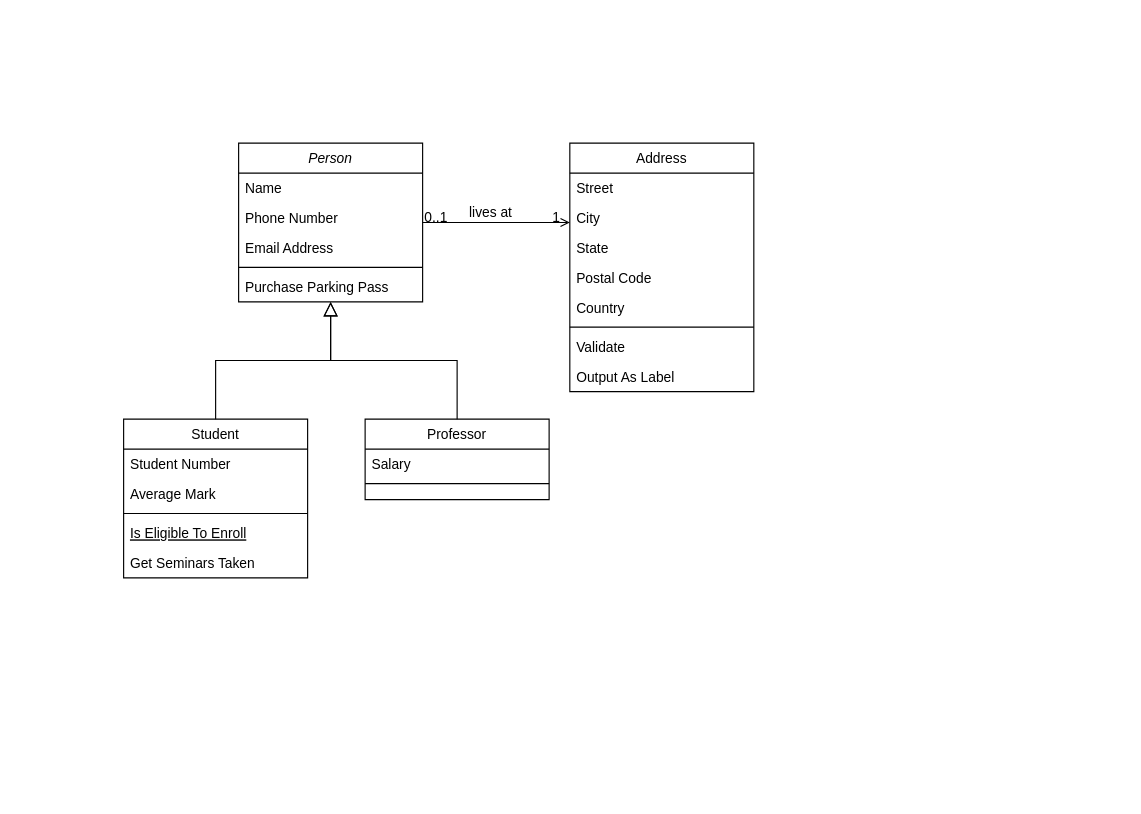
Before: Schema Interface SIRH.drawio in YLIUSBI/Motul-Interface-SIRH, a draw.io diagram. Source tidied: cells renumbered, new cells numbered last; positions are measured from the earlier drawing's top-left corner, leaving out a move shared by most shapes. Both pictures are drawn from the tidied source at 115%, with x=0, y=0 at pixel (123, 143).
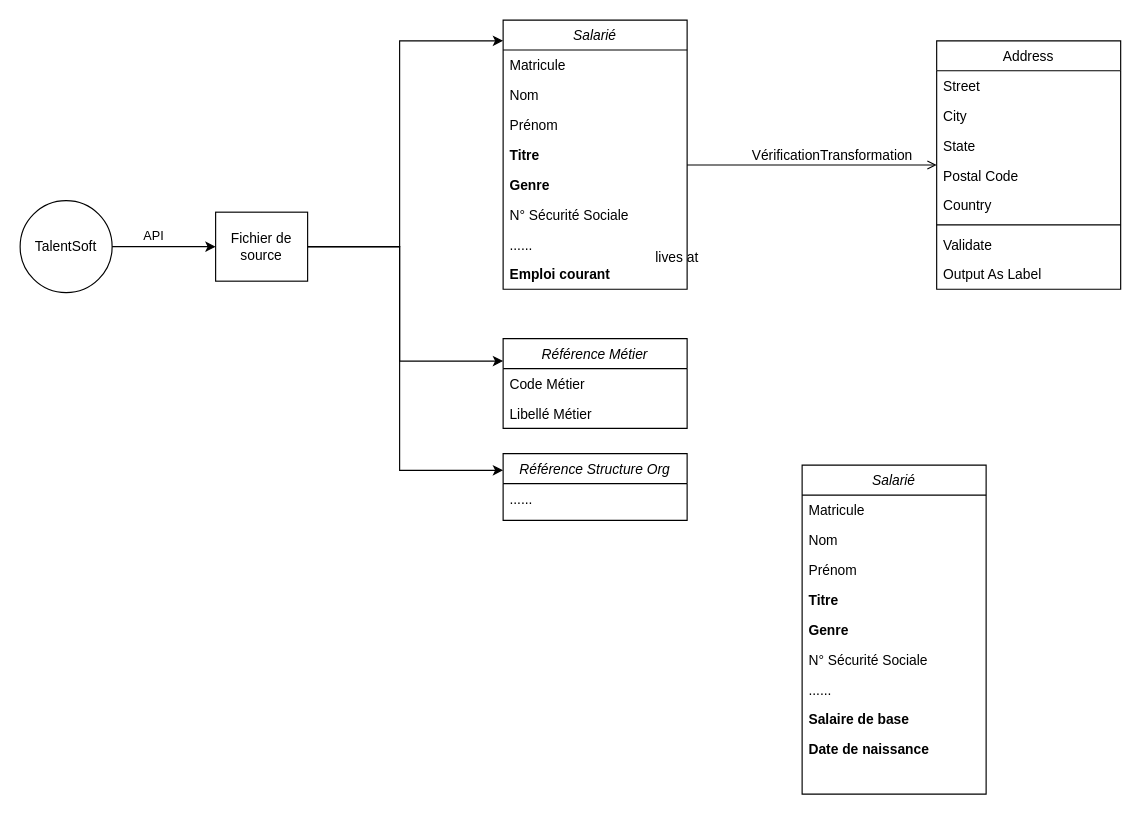
Above is the later version.

Commit message (it also covers changes not shown here):
Mettre à jour Schema Interface SIRH.drawio

Unchanged cells that the change refers to:
```xml
<mxCell id="28" style="endArrow=open;shadow=0;strokeWidth=1;rounded=0;curved=0;endFill=1;edgeStyle=elbowEdgeStyle;elbow=vertical;" parent="1" edge="1" source="2" target="19">
  <mxGeometry x="0.5" y="41" relative="1" as="geometry">
    <mxPoint x="-40" y="32" as="offset" />
  </mxGeometry>
</mxCell>
```

What changed in the source:
```diff
@@
-    <mxCell id="2" value="Person" style="swimlane;fontStyle=2;align=center;verticalAlign=top;horizontal=1;startSize=26;rounded=0;shadow=0;strokeWidth=1;" parent="1" vertex="1">
-      <mxGeometry x="100" width="160" height="138" as="geometry" />
+    <mxCell id="2" value="Salarié" style="swimlane;fontStyle=2;align=center;verticalAlign=top;horizontal=1;startSize=26;rounded=0;shadow=0;strokeWidth=1;" parent="1" vertex="1">
+      <mxGeometry x="330" y="-107" width="160" height="234" as="geometry" />
     </mxCell>
-    <mxCell id="3" value="Name" style="text;align=left;verticalAlign=top;spacingLeft=4;spacingRight=4;overflow=hidden;" parent="2" vertex="1">
+    <mxCell id="3" value="Matricule" style="text;align=left;verticalAlign=top;spacingLeft=4;spacingRight=4;overflow=hidden;" parent="2" vertex="1">
       <mxGeometry y="26" width="160" height="26" as="geometry" />
     </mxCell>
-    <mxCell id="4" value="Phone Number" style="text;align=left;verticalAlign=top;spacingLeft=4;spacingRight=4;overflow=hidden;rounded=0;shadow=0;html=0;" parent="2" vertex="1">
+    <mxCell id="4" value="Nom" style="text;align=left;verticalAlign=top;spacingLeft=4;spacingRight=4;overflow=hidden;rounded=0;shadow=0;html=0;" parent="2" vertex="1">
       <mxGeometry y="52" width="160" height="26" as="geometry" />
     </mxCell>
-    <mxCell id="5" value="Email Address" style="text;align=left;verticalAlign=top;spacingLeft=4;spacingRight=4;overflow=hidden;rounded=0;shadow=0;html=0;" parent="2" vertex="1">
+    <mxCell id="5" value="Prénom" style="text;align=left;verticalAlign=top;spacingLeft=4;spacingRight=4;overflow=hidden;rounded=0;shadow=0;html=0;" parent="2" vertex="1">
       <mxGeometry y="78" width="160" height="26" as="geometry" />
     </mxCell>
-    <mxCell id="6" style="line;html=1;strokeWidth=1;align=left;verticalAlign=middle;spacingTop=-1;spacingLeft=3;spacingRight=3;labelPosition=right;" parent="2" vertex="1">
-      <mxGeometry y="104" width="160" height="8" as="geometry" />
-    </mxCell>
-    <mxCell id="7" value="Purchase Parking Pass" style="text;align=left;verticalAlign=top;spacingLeft=4;spacingRight=4;overflow=hidden;" parent="2" vertex="1">
-      <mxGeometry y="112" width="160" height="26" as="geometry" />
-    </mxCell>
-    <mxCell id="8" value="Student" style="swimlane;fontStyle=0;align=center;verticalAlign=top;horizontal=1;startSize=26;rounded=0;shadow=0;strokeWidth=1;" parent="1" vertex="1">
-      <mxGeometry y="240" width="160" height="138" as="geometry" />
-    </mxCell>
-    <mxCell id="9" value="Student Number" style="text;align=left;verticalAlign=top;spacingLeft=4;spacingRight=4;overflow=hidden;" parent="8" vertex="1">
-      <mxGeometry y="26" width="160" height="26" as="geometry" />
-    </mxCell>
-    <mxCell id="10" value="Average Mark" style="text;align=left;verticalAlign=top;spacingLeft=4;spacingRight=4;overflow=hidden;rounded=0;shadow=0;html=0;" parent="8" vertex="1">
-      <mxGeometry y="52" width="160" height="26" as="geometry" />
-    </mxCell>
-    <mxCell id="11" style="line;html=1;strokeWidth=1;align=left;verticalAlign=middle;spacingTop=-1;spacingLeft=3;spacingRight=3;labelPosition=right;" parent="8" vertex="1">
-      <mxGeometry y="78" width="160" height="8" as="geometry" />
-    </mxCell>
-    <mxCell id="12" value="Is Eligible To Enroll" style="text;align=left;verticalAlign=top;spacingLeft=4;spacingRight=4;overflow=hidden;fontStyle=4;" parent="8" vertex="1">
-      <mxGeometry y="86" width="160" height="26" as="geometry" />
-    </mxCell>
-    <mxCell id="13" value="Get Seminars Taken" style="text;align=left;verticalAlign=top;spacingLeft=4;spacingRight=4;overflow=hidden;" parent="8" vertex="1">
-      <mxGeometry y="112" width="160" height="26" as="geometry" />
-    </mxCell>
-    <mxCell id="14" style="endArrow=block;endSize=10;endFill=0;shadow=0;strokeWidth=1;rounded=0;curved=0;edgeStyle=elbowEdgeStyle;elbow=vertical;" parent="1" edge="1" source="8" target="2">
-      <mxGeometry relative="1" as="geometry" />
-    </mxCell>
-    <mxCell id="15" value="Professor" style="swimlane;fontStyle=0;align=center;verticalAlign=top;horizontal=1;startSize=26;rounded=0;shadow=0;strokeWidth=1;" parent="1" vertex="1">
-      <mxGeometry x="210" y="240" width="160" height="70" as="geometry" />
-    </mxCell>
-    <mxCell id="16" value="Salary" style="text;align=left;verticalAlign=top;spacingLeft=4;spacingRight=4;overflow=hidden;" parent="15" vertex="1">
-      <mxGeometry y="26" width="160" height="26" as="geometry" />
-    </mxCell>
-    <mxCell id="17" style="line;html=1;strokeWidth=1;align=left;verticalAlign=middle;spacingTop=-1;spacingLeft=3;spacingRight=3;labelPosition=right;" parent="15" vertex="1">
-      <mxGeometry y="52" width="160" height="8" as="geometry" />
-    </mxCell>
-    <mxCell id="18" style="endArrow=block;endSize=10;endFill=0;shadow=0;strokeWidth=1;rounded=0;curved=0;edgeStyle=elbowEdgeStyle;elbow=vertical;" parent="1" edge="1" source="15" target="2">
-      <mxGeometry relative="1" as="geometry" />
-    </mxCell>
+    <mxCell id="32" value="Titre" style="text;align=left;verticalAlign=top;spacingLeft=4;spacingRight=4;overflow=hidden;fontStyle=1;" parent="2" vertex="1">
+      <mxGeometry y="104" width="160" height="26" as="geometry" />
+    </mxCell>
+    <mxCell id="33" value="Genre" style="text;align=left;verticalAlign=top;spacingLeft=4;spacingRight=4;overflow=hidden;rounded=0;shadow=0;html=0;fontStyle=1;" parent="2" vertex="1">
+      <mxGeometry y="130" width="160" height="26" as="geometry" />
+    </mxCell>
+    <mxCell id="34" value="N° Sécurité Sociale&#10;" style="text;align=left;verticalAlign=top;spacingLeft=4;spacingRight=4;overflow=hidden;rounded=0;shadow=0;html=0;" parent="2" vertex="1">
+      <mxGeometry y="156" width="160" height="26" as="geometry" />
+    </mxCell>
+    <mxCell id="35" value="......" style="text;align=left;verticalAlign=top;spacingLeft=4;spacingRight=4;overflow=hidden;rounded=0;shadow=0;html=0;" parent="2" vertex="1">
+      <mxGeometry y="182" width="160" height="26" as="geometry" />
+    </mxCell>
+    <mxCell id="36" value="Emploi courant" style="text;align=left;verticalAlign=top;spacingLeft=4;spacingRight=4;overflow=hidden;rounded=0;shadow=0;html=0;fontStyle=1;" parent="2" vertex="1">
+      <mxGeometry y="208" width="160" height="26" as="geometry" />
+    </mxCell>
     <mxCell id="19" value="Address" style="swimlane;fontStyle=0;align=center;verticalAlign=top;horizontal=1;startSize=26;rounded=0;shadow=0;strokeWidth=1;" parent="1" vertex="1">
-      <mxGeometry x="388" width="160" height="216" as="geometry" />
+      <mxGeometry x="707" y="-89" width="160" height="216" as="geometry" />
     </mxCell>
@@
-    <mxCell id="29" value="0..1" style="align=left;verticalAlign=bottom;labelBackgroundColor=none;fontSize=12;" parent="28" vertex="1">
-      <mxGeometry x="-1" relative="1" as="geometry">
-        <mxPoint y="4" as="offset" />
-      </mxGeometry>
-    </mxCell>
-    <mxCell id="30" value="1" style="align=right;verticalAlign=bottom;labelBackgroundColor=none;fontSize=12;" parent="28" vertex="1">
-      <mxGeometry x="1" relative="1" as="geometry">
-        <mxPoint x="-7" y="4" as="offset" />
-      </mxGeometry>
-    </mxCell>
-    <mxCell id="31" value="lives at" style="text;html=1;align=center;verticalAlign=middle;labelBackgroundColor=none;rounded=0;shadow=0;strokeWidth=1;fontSize=12;" parent="28" vertex="1">
+    <mxCell id="31" value="VérificationTransformation" style="text;html=1;align=center;verticalAlign=middle;labelBackgroundColor=none;rounded=0;shadow=0;strokeWidth=1;fontSize=12;" parent="28" vertex="1">
       <mxGeometry x="0.5" y="49" relative="1" as="geometry">
         <mxPoint x="-38" y="40" as="offset" />
       </mxGeometry>
     </mxCell>
+    <mxCell id="37" value="TalentSoft" style="ellipse;whiteSpace=wrap;html=1;" parent="1" vertex="1">
+      <mxGeometry x="-90" y="50" width="80" height="80" as="geometry" />
+    </mxCell>
+    <mxCell id="38" style="edgeStyle=orthogonalEdgeStyle;rounded=0;jettySize=auto;html=1;entryX=0;entryY=0.25;entryDx=0;entryDy=0;" parent="1" edge="1" source="60" target="53">
+      <mxGeometry relative="1" as="geometry">
+        <Array as="points">
+          <mxPoint x="240" y="90" />
+          <mxPoint x="240" y="190" />
+        </Array>
+      </mxGeometry>
+    </mxCell>
+    <mxCell id="39" style="edgeStyle=orthogonalEdgeStyle;rounded=0;jettySize=auto;html=1;entryX=0;entryY=0.25;entryDx=0;entryDy=0;" parent="1" edge="1" source="60" target="56">
+      <mxGeometry relative="1" as="geometry">
+        <Array as="points">
+          <mxPoint x="240" y="90" />
+          <mxPoint x="240" y="285" />
+        </Array>
+      </mxGeometry>
+    </mxCell>
+    <mxCell id="40" value="Salarié" style="swimlane;fontStyle=2;align=center;verticalAlign=top;horizontal=1;startSize=26;rounded=0;shadow=0;strokeWidth=1;" parent="1" vertex="1">
+      <mxGeometry x="590" y="280" width="160" height="286" as="geometry" />
+    </mxCell>
+    <mxCell id="41" value="Matricule" style="text;align=left;verticalAlign=top;spacingLeft=4;spacingRight=4;overflow=hidden;" parent="40" vertex="1">
+      <mxGeometry y="26" width="160" height="26" as="geometry" />
+    </mxCell>
+    <mxCell id="42" value="Nom" style="text;align=left;verticalAlign=top;spacingLeft=4;spacingRight=4;overflow=hidden;rounded=0;shadow=0;html=0;" parent="40" vertex="1">
+      <mxGeometry y="52" width="160" height="26" as="geometry" />
+    </mxCell>
+    <mxCell id="43" value="Prénom" style="text;align=left;verticalAlign=top;spacingLeft=4;spacingRight=4;overflow=hidden;rounded=0;shadow=0;html=0;" parent="40" vertex="1">
+      <mxGeometry y="78" width="160" height="26" as="geometry" />
+    </mxCell>
+    <mxCell id="44" value="Titre" style="text;align=left;verticalAlign=top;spacingLeft=4;spacingRight=4;overflow=hidden;fontStyle=1;" parent="40" vertex="1">
+      <mxGeometry y="104" width="160" height="26" as="geometry" />
+    </mxCell>
+    <mxCell id="45" value="Genre" style="text;align=left;verticalAlign=top;spacingLeft=4;spacingRight=4;overflow=hidden;rounded=0;shadow=0;html=0;fontStyle=1;" parent="40" vertex="1">
+      <mxGeometry y="130" width="160" height="26" as="geometry" />
+    </mxCell>
+    <mxCell id="46" value="N° Sécurité Sociale&#10;" style="text;align=left;verticalAlign=top;spacingLeft=4;spacingRight=4;overflow=hidden;rounded=0;shadow=0;html=0;" parent="40" vertex="1">
+      <mxGeometry y="156" width="160" height="26" as="geometry" />
+    </mxCell>
+    <mxCell id="47" value="......" style="text;align=left;verticalAlign=top;spacingLeft=4;spacingRight=4;overflow=hidden;rounded=0;shadow=0;html=0;" parent="40" vertex="1">
+      <mxGeometry y="182" width="160" height="26" as="geometry" />
+    </mxCell>
+    <mxCell id="48" value="Salaire de base&#10;" style="text;align=left;verticalAlign=top;spacingLeft=4;spacingRight=4;overflow=hidden;rounded=0;shadow=0;html=0;fontStyle=1;" parent="40" vertex="1">
+      <mxGeometry y="208" width="160" height="26" as="geometry" />
+    </mxCell>
+    <mxCell id="49" value="Date de naissance&#10;" style="text;align=left;verticalAlign=top;spacingLeft=4;spacingRight=4;overflow=hidden;rounded=0;shadow=0;html=0;fontStyle=1;" parent="40" vertex="1">
+      <mxGeometry y="234" width="160" height="26" as="geometry" />
+    </mxCell>
+    <mxCell id="50" value="lives at" style="text;html=1;align=center;verticalAlign=middle;labelBackgroundColor=none;rounded=0;shadow=0;strokeWidth=1;fontSize=12;" parent="1" vertex="1">
+      <mxGeometry x="480" y="99" as="geometry" />
+    </mxCell>
+    <mxCell id="51" style="endArrow=classic;html=1;rounded=0;exitX=1;exitY=0.5;exitDx=0;exitDy=0;" parent="1" edge="1" source="37" target="60">
+      <mxGeometry relative="1" as="geometry" />
+    </mxCell>
+    <mxCell id="52" value="API" style="edgeLabel;html=1;align=center;verticalAlign=middle;" parent="51" vertex="1">
+      <mxGeometry relative="1" as="geometry">
+        <mxPoint x="-10" y="-10" as="offset" />
+      </mxGeometry>
+    </mxCell>
+    <mxCell id="53" value="Référence Métier" style="swimlane;fontStyle=2;align=center;verticalAlign=top;horizontal=1;startSize=26;rounded=0;shadow=0;strokeWidth=1;" parent="1" vertex="1">
+      <mxGeometry x="330" y="170" width="160" height="78" as="geometry" />
+    </mxCell>
+    <mxCell id="54" value="Code Métier" style="text;align=left;verticalAlign=top;spacingLeft=4;spacingRight=4;overflow=hidden;" parent="53" vertex="1">
+      <mxGeometry y="26" width="160" height="26" as="geometry" />
+    </mxCell>
+    <mxCell id="55" value="Libellé Métier" style="text;align=left;verticalAlign=top;spacingLeft=4;spacingRight=4;overflow=hidden;rounded=0;shadow=0;html=0;" parent="53" vertex="1">
+      <mxGeometry y="52" width="160" height="26" as="geometry" />
+    </mxCell>
+    <mxCell id="56" value="Référence Structure Org" style="swimlane;fontStyle=2;align=center;verticalAlign=top;horizontal=1;startSize=26;rounded=0;shadow=0;strokeWidth=1;" parent="1" vertex="1">
+      <mxGeometry x="330" y="270" width="160" height="58" as="geometry" />
+    </mxCell>
+    <mxCell id="57" value="......" style="text;align=left;verticalAlign=top;spacingLeft=4;spacingRight=4;overflow=hidden;" parent="56" vertex="1">
+      <mxGeometry y="26" width="160" height="26" as="geometry" />
+    </mxCell>
+    <mxCell id="58" style="edgeStyle=orthogonalEdgeStyle;rounded=0;jettySize=auto;html=1;" parent="1" edge="1" source="60" target="2">
+      <mxGeometry relative="1" as="geometry">
+        <Array as="points">
+          <mxPoint x="240" y="90" />
+          <mxPoint x="240" y="-89" />
+        </Array>
+      </mxGeometry>
+    </mxCell>
+    <mxCell id="59" style="edgeStyle=orthogonalEdgeStyle;rounded=0;jettySize=auto;html=1;" parent="1" edge="1" target="60">
+      <mxGeometry relative="1" as="geometry">
+        <mxPoint x="140" y="89.8" as="sourcePoint" />
+      </mxGeometry>
+    </mxCell>
+    <mxCell id="60" value="Fichier de source" style="rounded=0;whiteSpace=wrap;html=1;" parent="1" vertex="1">
+      <mxGeometry x="80" y="60" width="80" height="60" as="geometry" />
+    </mxCell>
```
